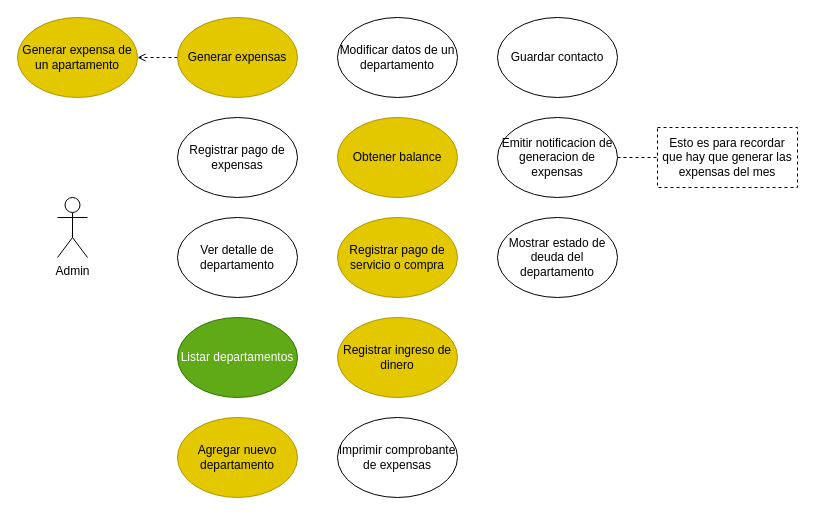
Earlier version of the draw.io diagram docs/usecases.drawio (elmiguedev/expensoides). Source tidied: cells renumbered, new cells numbered last; positions are measured from the earlier drawing's top-left corner, leaving out a move shared by most shapes. Both pictures are drawn from the tidied source at 100%, with x=0, y=0 at pixel (17, 17).
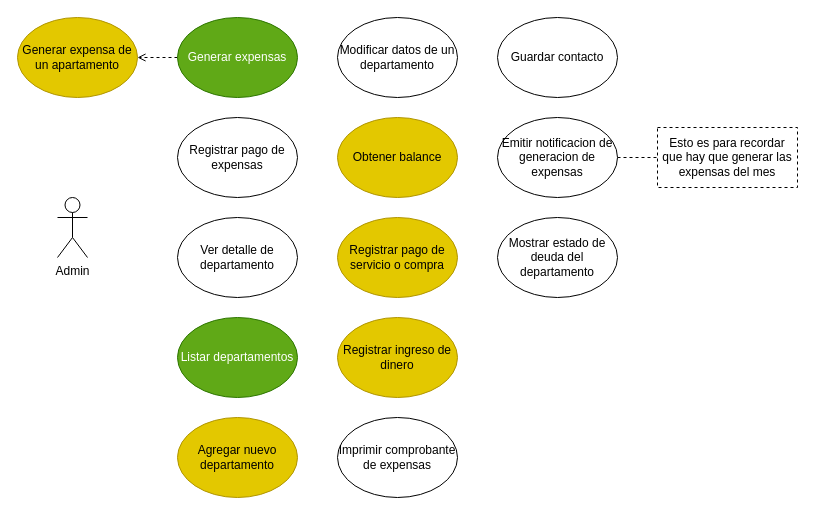
After the change.

Diff of the diagram source:
```diff
@@
-    <mxCell id="4" value="Generar expensas" style="ellipse;whiteSpace=wrap;html=1;fillColor=#e3c800;fontColor=#000000;strokeColor=#B09500;" parent="1" vertex="1">
+    <mxCell id="4" value="Generar expensas" style="ellipse;whiteSpace=wrap;html=1;fillColor=#60a917;fontColor=#ffffff;strokeColor=#2D7600;" parent="1" vertex="1">
       <mxGeometry x="160" width="120" height="80" as="geometry" />
     </mxCell>
```
